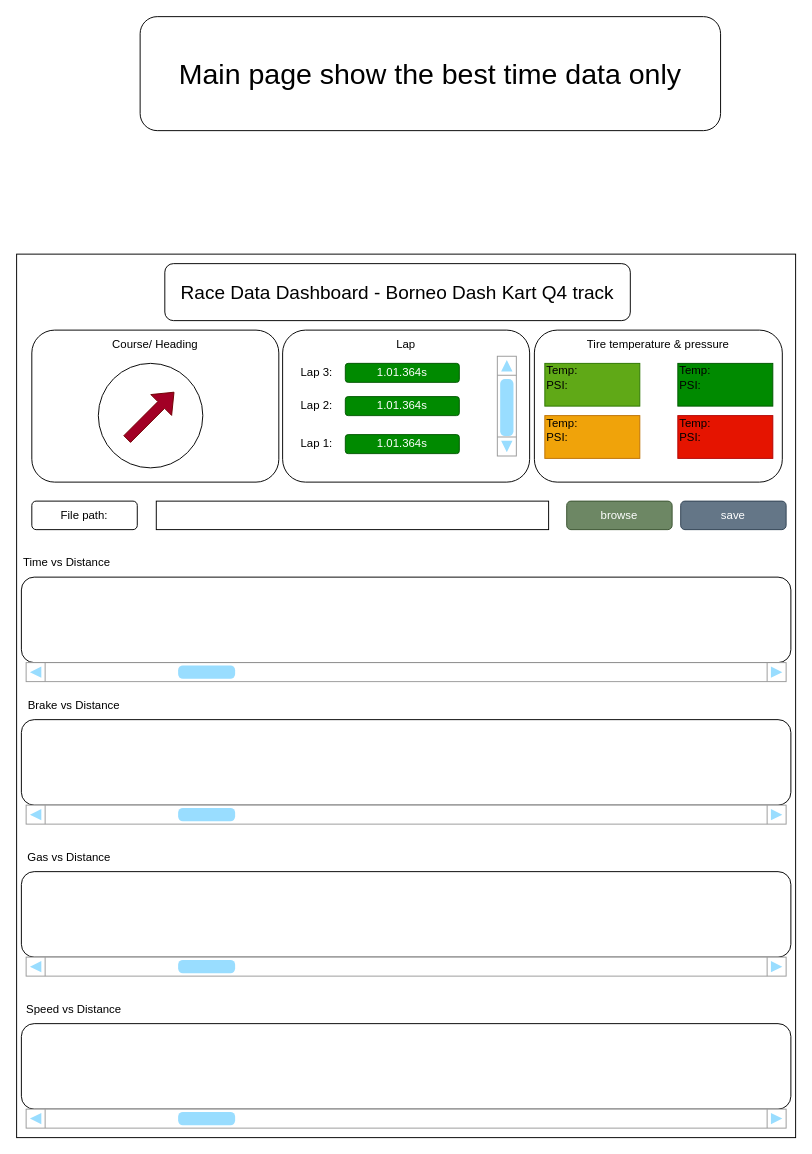
Before: page "data analysis main page" (3 of 5) of pictures/WEB View dashboard.drawio in Yobeh-blek/FullSend_Logger, a draw.io diagram. Source tidied: cells renumbered, new cells numbered last; positions are measured from the earlier drawing's top-left corner, leaving out a move shared by most shapes. Both pictures are drawn from the tidied source at 95%, with x=0, y=0 at pixel (16, 16).
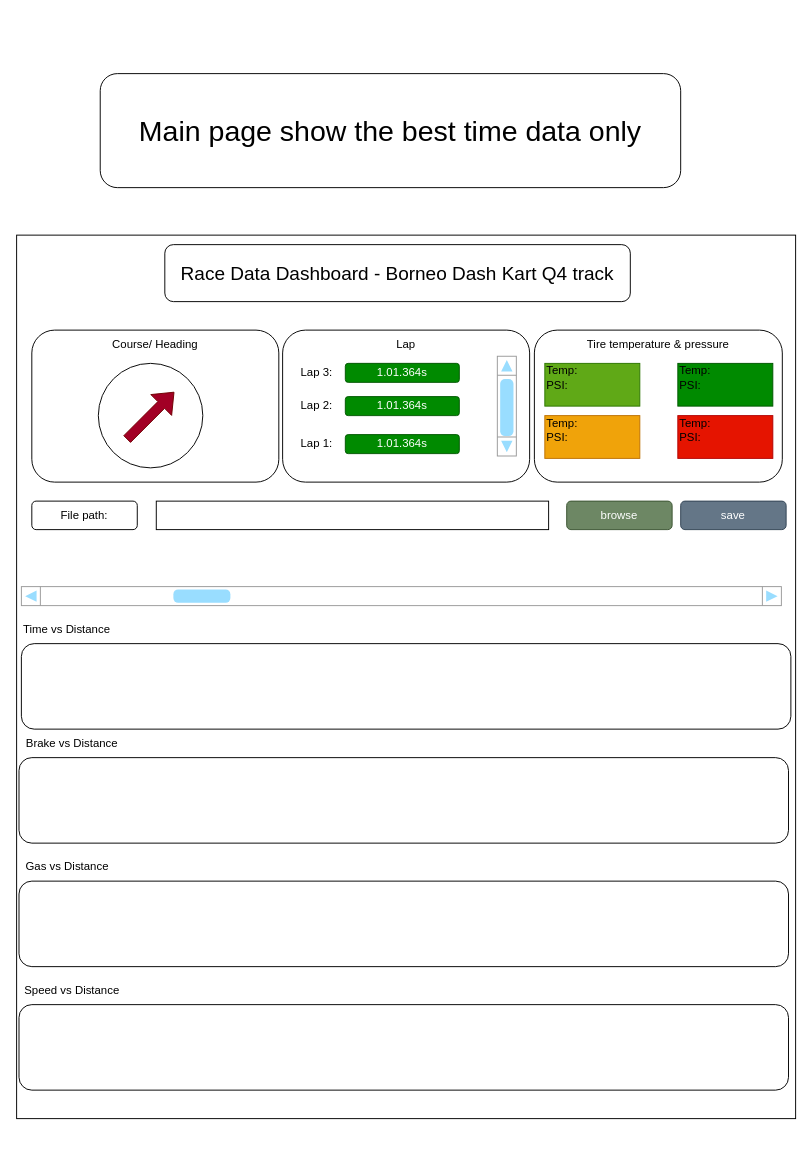
After the change.

The edit, as a diff of the source:
```diff
@@
     <mxCell id="2" style="rounded=0;whiteSpace=wrap;html=1;" parent="1" vertex="1">
-      <mxGeometry y="250" width="820" height="930" as="geometry" />
+      <mxGeometry y="230" width="820" height="930" as="geometry" />
     </mxCell>
     <mxCell id="3" value="&lt;font style=&quot;font-size: 20px;&quot;&gt;Race Data Dashboard - Borneo Dash Kart Q4 track&lt;/font&gt;" style="rounded=1;whiteSpace=wrap;html=1;align=center;" parent="1" vertex="1">
-      <mxGeometry x="156" y="260" width="490" height="60" as="geometry" />
+      <mxGeometry x="156" y="240" width="490" height="60" as="geometry" />
     </mxCell>
     <mxCell id="4" style="rounded=1;whiteSpace=wrap;html=1;" parent="1" vertex="1">
-      <mxGeometry x="5" y="590" width="810" height="90" as="geometry" />
+      <mxGeometry x="5" y="660" width="810" height="90" as="geometry" />
     </mxCell>
     <mxCell id="5" style="rounded=1;whiteSpace=wrap;html=1;" parent="1" vertex="1">
-      <mxGeometry x="5" y="740" width="810" height="90" as="geometry" />
+      <mxGeometry x="2.5" y="780" width="810" height="90" as="geometry" />
     </mxCell>
     <mxCell id="6" style="rounded=1;whiteSpace=wrap;html=1;" parent="1" vertex="1">
-      <mxGeometry x="5" y="900" width="810" height="90" as="geometry" />
+      <mxGeometry x="2.5" y="910" width="810" height="90" as="geometry" />
     </mxCell>
     <mxCell id="7" value="Gas vs Distance" style="text;html=1;align=center;verticalAlign=middle;whiteSpace=wrap;rounded=0;" parent="1" vertex="1">
-      <mxGeometry x="5" y="870" width="101" height="30" as="geometry" />
+      <mxGeometry x="2.5" y="880" width="101" height="30" as="geometry" />
     </mxCell>
     <mxCell id="8" value="Brake vs Distance" style="text;html=1;align=center;verticalAlign=middle;whiteSpace=wrap;rounded=0;" parent="1" vertex="1">
-      <mxGeometry x="5" y="710" width="111" height="30" as="geometry" />
+      <mxGeometry x="2.5" y="750" width="111" height="30" as="geometry" />
     </mxCell>
     <mxCell id="9" value="Time vs Distance" style="text;html=1;align=center;verticalAlign=middle;whiteSpace=wrap;rounded=0;" parent="1" vertex="1">
-      <mxGeometry y="560" width="106" height="30" as="geometry" />
+      <mxGeometry y="630" width="106" height="30" as="geometry" />
     </mxCell>
@@
     <mxCell id="35" style="verticalLabelPosition=bottom;shadow=0;dashed=0;align=center;html=1;verticalAlign=top;strokeWidth=1;shape=mxgraph.mockup.navigation.scrollBar;strokeColor=#999999;barPos=20;fillColor2=#99ddff;strokeColor2=none;" parent="1" vertex="1">
-      <mxGeometry x="10" y="680" width="800" height="10" as="geometry" />
+      <mxGeometry x="5" y="600" width="800" height="10" as="geometry" />
     </mxCell>
-    <mxCell id="36" style="verticalLabelPosition=bottom;shadow=0;dashed=0;align=center;html=1;verticalAlign=top;strokeWidth=1;shape=mxgraph.mockup.navigation.scrollBar;strokeColor=#999999;barPos=20;fillColor2=#99ddff;strokeColor2=none;" parent="1" vertex="1">
-      <mxGeometry x="10" y="830" width="800" height="10" as="geometry" />
-    </mxCell>
-    <mxCell id="37" style="verticalLabelPosition=bottom;shadow=0;dashed=0;align=center;html=1;verticalAlign=top;strokeWidth=1;shape=mxgraph.mockup.navigation.scrollBar;strokeColor=#999999;barPos=20;fillColor2=#99ddff;strokeColor2=none;" parent="1" vertex="1">
-      <mxGeometry x="10" y="990" width="800" height="10" as="geometry" />
-    </mxCell>
     <mxCell id="38" style="rounded=1;whiteSpace=wrap;html=1;" parent="1" vertex="1">
-      <mxGeometry x="5" y="1060" width="810" height="90" as="geometry" />
+      <mxGeometry x="2.5" y="1040" width="810" height="90" as="geometry" />
     </mxCell>
     <mxCell id="39" value="Speed vs Distance" style="text;html=1;align=center;verticalAlign=middle;whiteSpace=wrap;rounded=0;" parent="1" vertex="1">
-      <mxGeometry x="5" y="1030" width="111" height="30" as="geometry" />
+      <mxGeometry x="2.5" y="1010" width="111" height="30" as="geometry" />
     </mxCell>
-    <mxCell id="40" style="verticalLabelPosition=bottom;shadow=0;dashed=0;align=center;html=1;verticalAlign=top;strokeWidth=1;shape=mxgraph.mockup.navigation.scrollBar;strokeColor=#999999;barPos=20;fillColor2=#99ddff;strokeColor2=none;" parent="1" vertex="1">
-      <mxGeometry x="10" y="1150" width="800" height="10" as="geometry" />
-    </mxCell>
     <mxCell id="41" value="&lt;font style=&quot;font-size: 30px;&quot;&gt;Main page show the best time data only&lt;/font&gt;" style="rounded=1;whiteSpace=wrap;html=1;" parent="1" vertex="1">
-      <mxGeometry x="130" width="611" height="120" as="geometry" />
+      <mxGeometry x="88" y="60" width="611" height="120" as="geometry" />
     </mxCell>
```
